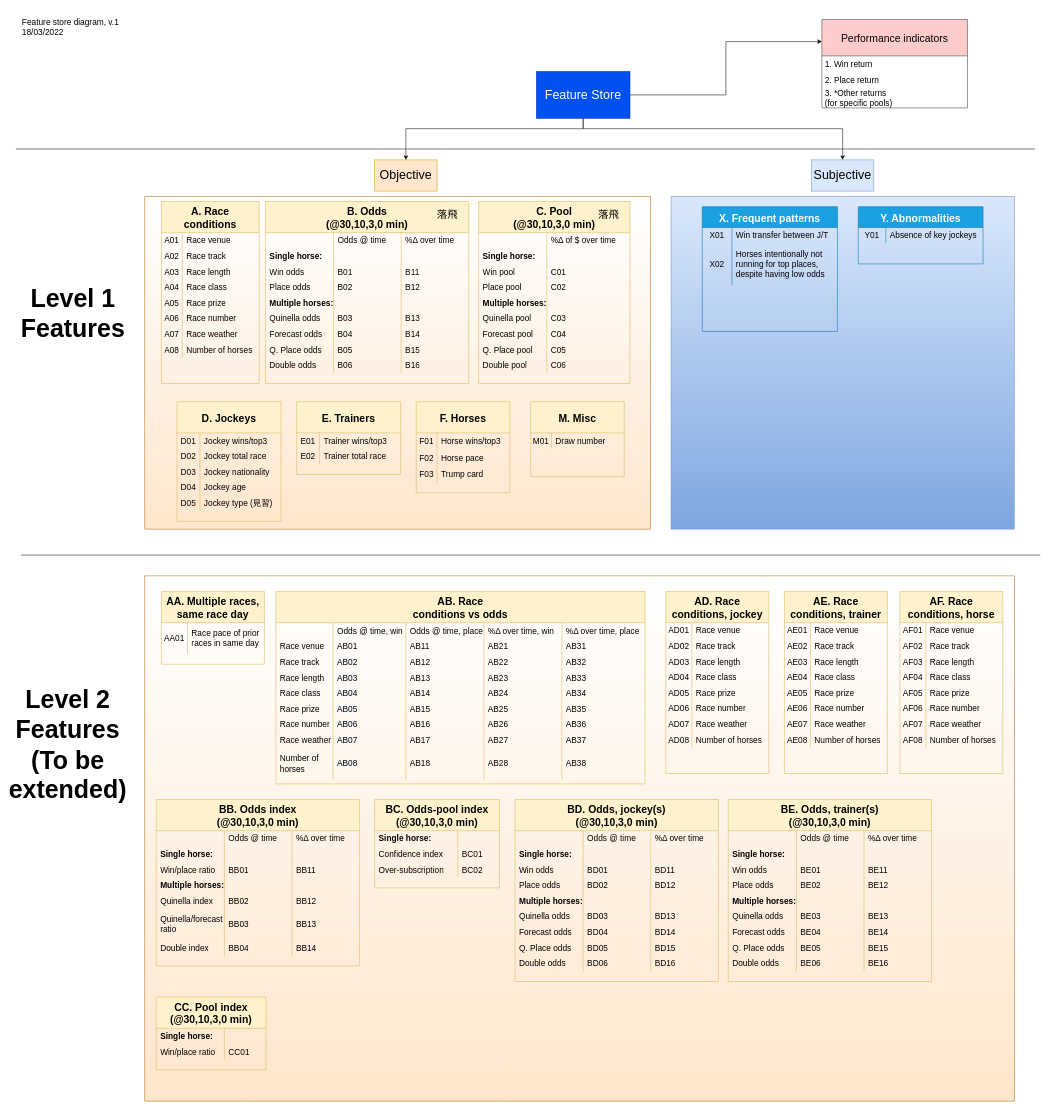
tommy202201/HKJC keeps this draw.io diagram as page "Features" (1 of 3) of feature_diagram.drawio. Above is the earlier version. Source tidied: cells renumbered, new cells numbered last; positions are measured from the earlier drawing's top-left corner, leaving out a move shared by most shapes. Both pictures are drawn from the tidied source at 52%, with x=0, y=0 at pixel (16, 9).
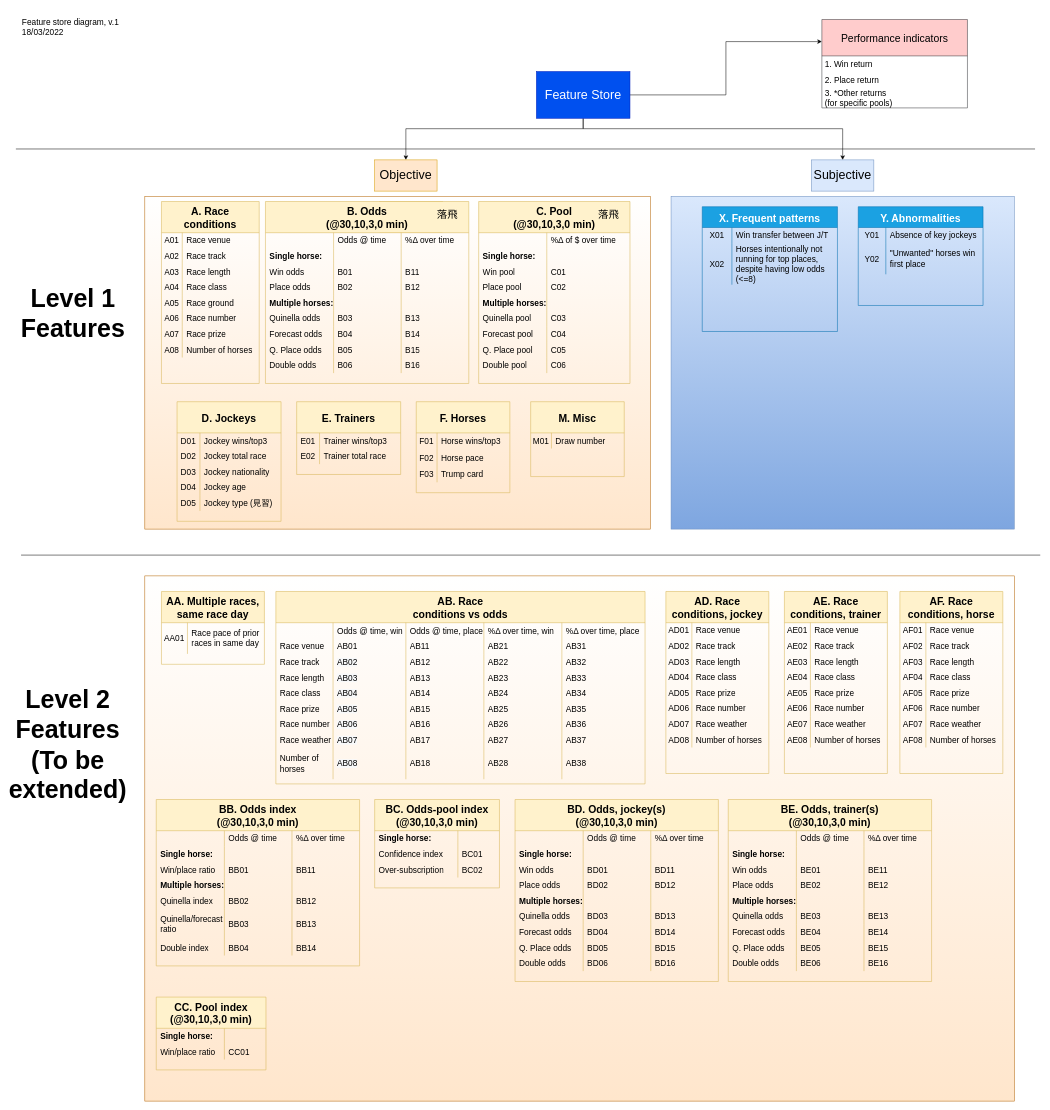
Above is the later version.

Unchanged cells that the change refers to:
```xml
<mxCell id="29" style="shape=tableRow;horizontal=0;startSize=0;swimlaneHead=0;swimlaneBody=0;top=0;left=0;bottom=0;right=0;fillColor=none;fontSize=16;" parent="16" vertex="1">
  <mxGeometry y="180" width="188" height="30" as="geometry" />
</mxCell>
<mxCell id="35" style="shape=tableRow;horizontal=0;startSize=0;swimlaneHead=0;swimlaneBody=0;top=0;left=0;bottom=0;right=0;fillColor=none;fontSize=16;" parent="16" vertex="1">
  <mxGeometry y="240" width="188" height="30" as="geometry" />
</mxCell>
<mxCell id="149" style="shape=tableRow;horizontal=0;startSize=0;swimlaneHead=0;swimlaneBody=0;top=0;left=0;bottom=0;right=0;fillColor=none;fontSize=16;" parent="145" vertex="1">
  <mxGeometry y="70" width="260" height="80" as="geometry" />
</mxCell>
```

Diff of the diagram source:
```diff
@@
-    <mxCell id="31" value="Race prize" style="shape=partialRectangle;html=1;whiteSpace=wrap;fillColor=none;top=0;left=0;bottom=0;right=0;align=left;spacingLeft=6;overflow=hidden;fontSize=16;" parent="29" vertex="1">
+    <mxCell id="31" value="Race ground" style="shape=partialRectangle;html=1;whiteSpace=wrap;fillColor=none;top=0;left=0;bottom=0;right=0;align=left;spacingLeft=6;overflow=hidden;fontSize=16;" parent="29" vertex="1">
       <mxGeometry x="40" width="148" height="30" as="geometry" />
     </mxCell>
@@
-    <mxCell id="37" value="Race weather" style="shape=partialRectangle;html=1;whiteSpace=wrap;fillColor=none;top=0;left=0;bottom=0;right=0;align=left;spacingLeft=6;overflow=hidden;fontSize=16;" parent="35" vertex="1">
+    <mxCell id="37" value="Race prize" style="shape=partialRectangle;html=1;whiteSpace=wrap;fillColor=none;top=0;left=0;bottom=0;right=0;align=left;spacingLeft=6;overflow=hidden;fontSize=16;" parent="35" vertex="1">
       <mxGeometry x="40" width="148" height="30" as="geometry" />
     </mxCell>
@@
-    <mxCell id="151" value="Horses intentionally not running for top places, despite having low odds" style="shape=partialRectangle;html=1;whiteSpace=wrap;fillColor=none;top=0;left=0;bottom=0;right=0;align=left;spacingLeft=6;overflow=hidden;fontSize=16;" parent="149" vertex="1">
+    <mxCell id="151" value="Horses intentionally not running for top places, despite having low odds (&amp;lt;=8)" style="shape=partialRectangle;html=1;whiteSpace=wrap;fillColor=none;top=0;left=0;bottom=0;right=0;align=left;spacingLeft=6;overflow=hidden;fontSize=16;" parent="149" vertex="1">
       <mxGeometry x="57" width="203" height="80" as="geometry" />
     </mxCell>
     <mxCell id="152" value="Y. Abnormalities" style="shape=table;startSize=40;childLayout=tableLayout;rowLines=0;fontStyle=1;fontSize=20;fillColor=#1ba1e2;strokeColor=#006EAF;fontColor=#ffffff;" parent="1" vertex="1">
-      <mxGeometry x="1620" y="380" width="240" height="110" as="geometry" />
+      <mxGeometry x="1620" y="380" width="240" height="190" as="geometry" />
     </mxCell>
@@
+    <mxCell id="415" style="shape=tableRow;horizontal=0;startSize=0;swimlaneHead=0;swimlaneBody=0;top=0;left=0;bottom=0;right=0;fillColor=none;fontSize=16;" parent="152" vertex="1">
+      <mxGeometry y="70" width="240" height="60" as="geometry" />
+    </mxCell>
+    <mxCell id="416" value="Y02" style="shape=partialRectangle;html=1;whiteSpace=wrap;fillColor=none;top=0;left=0;bottom=0;right=0;overflow=hidden;fontSize=16;" parent="415" vertex="1">
+      <mxGeometry width="53" height="60" as="geometry" />
+    </mxCell>
+    <mxCell id="417" value="&quot;Unwanted&quot; horses win first place" style="shape=partialRectangle;html=1;whiteSpace=wrap;fillColor=none;top=0;left=0;bottom=0;right=0;align=left;spacingLeft=6;overflow=hidden;fontSize=16;" parent="415" vertex="1">
+      <mxGeometry x="53" width="187" height="60" as="geometry" />
+    </mxCell>
```
